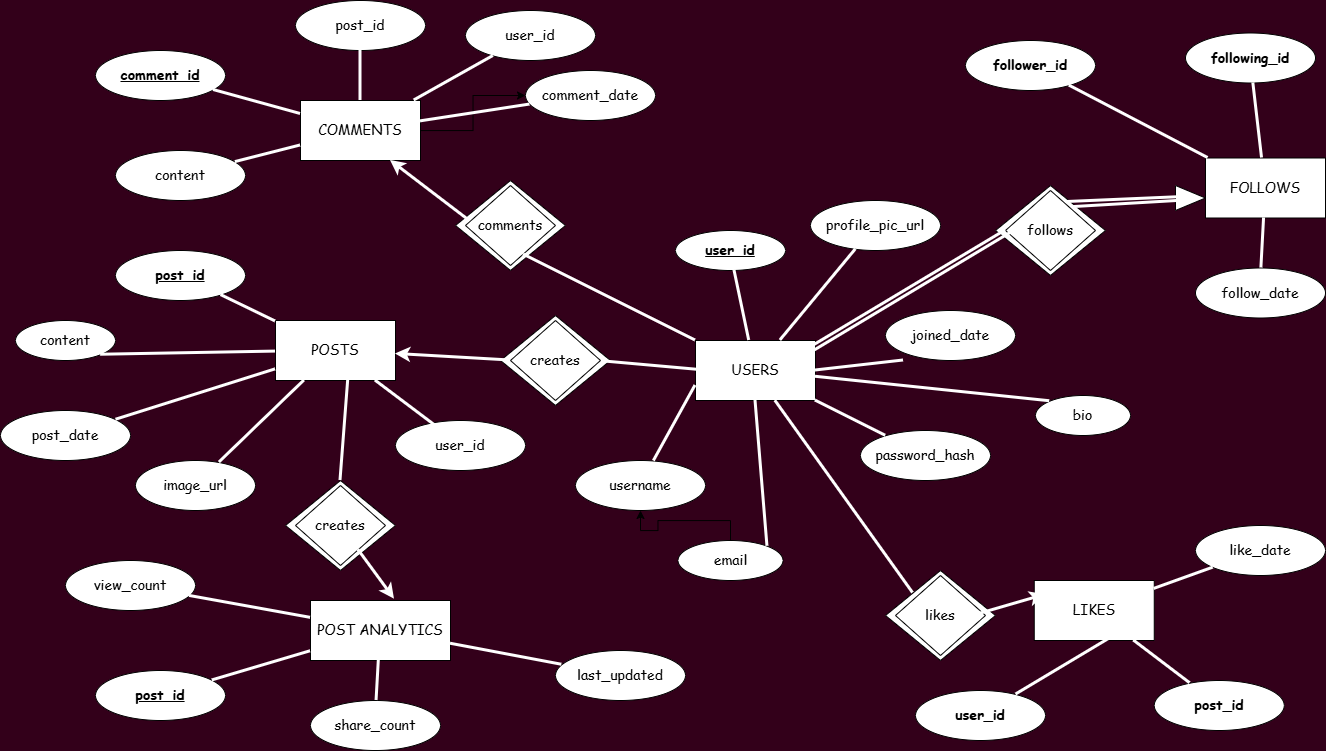
serafii/COMP3278-GP-SocialMedia-HKUgram keeps this draw.io diagram as ER_Diagram.png. Above is the earlier version. Source tidied: cells renumbered, new cells last; positions are measured from the earlier drawing's top-left corner, leaving out a move shared by most shapes.
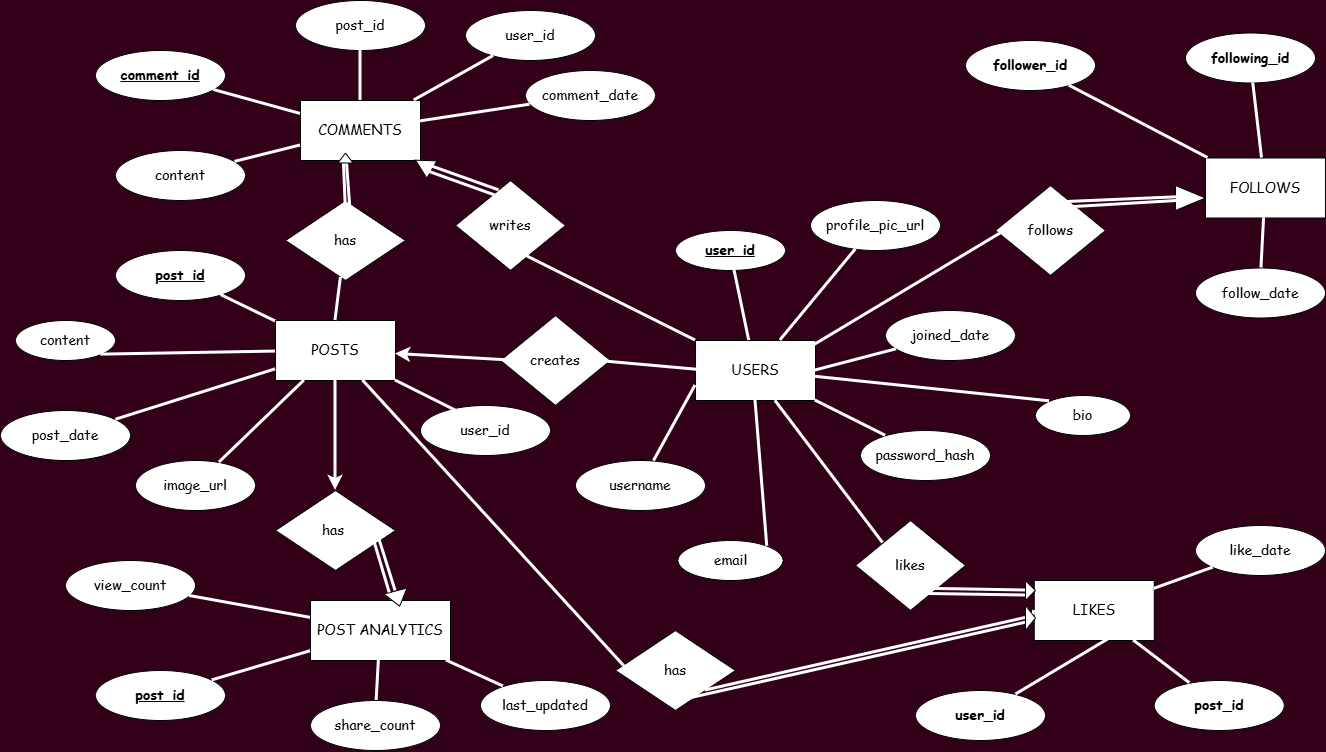
The same diagram one commit later.

Diff of the diagram source:
```diff
@@ -11,9 +11,6 @@
     <mxCell id="4" value="&lt;font face=&quot;Comic Sans MS&quot;&gt;&lt;span style=&quot;font-size: 14px;&quot;&gt;POST ANALYTICS&lt;/span&gt;&lt;/font&gt;" style="rounded=0;whiteSpace=wrap;html=1;" parent="1" vertex="1">
       <mxGeometry x="310" y="600" width="140" height="60" as="geometry" />
     </mxCell>
-    <mxCell id="5" style="edgeStyle=orthogonalEdgeStyle;rounded=0;jettySize=auto;html=1;" parent="1" edge="1" source="6" target="31">
-      <mxGeometry relative="1" as="geometry" />
-    </mxCell>
     <mxCell id="6" value="&lt;font face=&quot;Comic Sans MS&quot; style=&quot;font-size: 14px;&quot;&gt;COMMENTS&lt;/font&gt;" style="rounded=0;whiteSpace=wrap;html=1;" parent="1" vertex="1">
       <mxGeometry x="300" y="100" width="120" height="60" as="geometry" />
     </mxCell>
@@ -23,9 +20,6 @@
     <mxCell id="8" value="&lt;font face=&quot;Comic Sans MS&quot; style=&quot;font-size: 14px;&quot;&gt;POSTS&lt;/font&gt;" style="rounded=0;whiteSpace=wrap;html=1;" parent="1" vertex="1">
       <mxGeometry x="275" y="320" width="120" height="60" as="geometry" />
     </mxCell>
-    <mxCell id="9" style="edgeStyle=orthogonalEdgeStyle;rounded=0;jettySize=auto;html=1;" parent="1" edge="1" source="10" target="12">
-      <mxGeometry relative="1" as="geometry" />
-    </mxCell>
     <mxCell id="10" value="&lt;font face=&quot;Comic Sans MS&quot; style=&quot;font-size: 14px;&quot;&gt;email&lt;/font&gt;" style="ellipse;whiteSpace=wrap;html=1;" parent="1" vertex="1">
       <mxGeometry x="677.5" y="540" width="105" height="40" as="geometry" />
     </mxCell>
@@ -51,7 +45,7 @@
       <mxGeometry x="115" y="250" width="130" height="50" as="geometry" />
     </mxCell>
     <mxCell id="18" value="&lt;font face=&quot;Comic Sans MS&quot;&gt;&lt;span style=&quot;font-size: 14px;&quot;&gt;user_id&lt;/span&gt;&lt;/font&gt;" style="ellipse;whiteSpace=wrap;html=1;" parent="1" vertex="1">
-      <mxGeometry x="395" y="420" width="130" height="50" as="geometry" />
+      <mxGeometry x="420" y="405" width="130" height="50" as="geometry" />
     </mxCell>
     <mxCell id="19" value="&lt;font face=&quot;Comic Sans MS&quot; style=&quot;font-size: 14px;&quot;&gt;post_date&lt;/font&gt;" style="ellipse;whiteSpace=wrap;html=1;" parent="1" vertex="1">
       <mxGeometry y="410" width="130" height="50" as="geometry" />
@@ -75,7 +69,7 @@
       <mxGeometry x="915" y="690" width="130" height="50" as="geometry" />
     </mxCell>
     <mxCell id="26" value="&lt;font face=&quot;Comic Sans MS&quot; style=&quot;font-size: 14px;&quot;&gt;last_updated&lt;/font&gt;" style="ellipse;whiteSpace=wrap;html=1;" parent="1" vertex="1">
-      <mxGeometry x="555" y="650" width="130" height="50" as="geometry" />
+      <mxGeometry x="480" y="680" width="130" height="50" as="geometry" />
     </mxCell>
     <mxCell id="27" value="&lt;font face=&quot;Comic Sans MS&quot; style=&quot;font-size: 14px;&quot;&gt;share_count&lt;/font&gt;" style="ellipse;whiteSpace=wrap;html=1;" parent="1" vertex="1">
       <mxGeometry x="310" y="700" width="130" height="50" as="geometry" />
@@ -131,10 +125,8 @@
     <mxCell id="44" style="endArrow=none;html=1;rounded=0;strokeColor=#FFFFFF;fontSize=33;strokeWidth=3;" parent="1" edge="1" source="15" target="2">
       <mxGeometry relative="1" as="geometry" />
     </mxCell>
-    <mxCell id="45" style="endArrow=none;html=1;rounded=0;exitX=0.5;exitY=1;exitDx=0;exitDy=0;entryX=1;entryY=0.5;entryDx=0;entryDy=0;strokeColor=#FFFFFF;fontSize=33;strokeWidth=3;" parent="1" edge="1" target="2">
-      <mxGeometry relative="1" as="geometry">
-        <mxPoint x="903" y="360" as="sourcePoint" />
-      </mxGeometry>
+    <mxCell id="45" style="endArrow=none;html=1;rounded=0;entryX=1;entryY=0.5;entryDx=0;entryDy=0;strokeColor=#FFFFFF;fontSize=33;strokeWidth=3;" parent="1" edge="1" source="16" target="2">
+      <mxGeometry relative="1" as="geometry" />
     </mxCell>
     <mxCell id="46" style="endArrow=none;html=1;rounded=0;strokeColor=#FFFFFF;fontSize=33;strokeWidth=3;" parent="1" edge="1" source="31" target="6">
       <mxGeometry relative="1" as="geometry" />
@@ -196,42 +188,28 @@
     <mxCell id="65" style="endArrow=none;html=1;rounded=0;strokeColor=#FFFFFF;fontSize=33;strokeWidth=3;" parent="1" edge="1" source="3" target="36">
       <mxGeometry relative="1" as="geometry" />
     </mxCell>
-    <mxCell id="66" value="&lt;font face=&quot;Comic Sans MS&quot; style=&quot;font-size: 14px;&quot;&gt;comments&lt;/font&gt;" style="rhombus;whiteSpace=wrap;html=1;" parent="1" vertex="1">
+    <mxCell id="66" value="&lt;font face=&quot;Comic Sans MS&quot; style=&quot;font-size: 14px;&quot;&gt;writes&lt;/font&gt;" style="rhombus;whiteSpace=wrap;html=1;" parent="1" vertex="1">
       <mxGeometry x="455" y="180" width="110" height="90" as="geometry" />
     </mxCell>
-    <mxCell id="67" value="&lt;font face=&quot;Comic Sans MS&quot; style=&quot;font-size: 14px;&quot;&gt;comments&lt;/font&gt;" style="rhombus;whiteSpace=wrap;html=1;" parent="1" vertex="1">
-      <mxGeometry x="465" y="185" width="90" height="80" as="geometry" />
-    </mxCell>
-    <mxCell id="68" style="endArrow=none;html=1;rounded=0;entryX=0.645;entryY=0.863;entryDx=0;entryDy=0;strokeColor=#FFFFFF;fontSize=33;entryPerimeter=0;strokeWidth=3;" parent="1" edge="1" source="2" target="67">
-      <mxGeometry relative="1" as="geometry" />
+    <mxCell id="68" style="endArrow=none;html=1;rounded=0;entryX=0.645;entryY=0.863;entryDx=0;entryDy=0;strokeColor=#FFFFFF;fontSize=33;entryPerimeter=0;strokeWidth=3;" parent="1" edge="1" source="2">
+      <mxGeometry relative="1" as="geometry">
+        <mxPoint x="523" y="254" as="targetPoint" />
+      </mxGeometry>
     </mxCell>
-    <mxCell id="69" style="endArrow=classic;html=1;rounded=0;exitX=0.124;exitY=0.444;exitDx=0;exitDy=0;exitPerimeter=0;labelBackgroundColor=#FFFFFF;strokeWidth=3;strokeColor=light-dark(#FFFFFF,#FFFFFF);entryX=0.75;entryY=1;entryDx=0;entryDy=0;" parent="1" edge="1" source="66" target="6">
-      <mxGeometry relative="1" as="geometry" />
-    </mxCell>
-    <mxCell id="70" value="&lt;font face=&quot;Comic Sans MS&quot; style=&quot;font-size: 14px;&quot;&gt;comments&lt;/font&gt;" style="rhombus;whiteSpace=wrap;html=1;" parent="1" vertex="1">
+    <mxCell id="70" value="&lt;font face=&quot;Comic Sans MS&quot; style=&quot;font-size: 14px;&quot;&gt;creates&lt;/font&gt;" style="rhombus;whiteSpace=wrap;html=1;" parent="1" vertex="1">
       <mxGeometry x="500" y="315" width="110" height="90" as="geometry" />
     </mxCell>
-    <mxCell id="71" value="&lt;font face=&quot;Comic Sans MS&quot; style=&quot;font-size: 14px;&quot;&gt;creates&lt;/font&gt;" style="rhombus;whiteSpace=wrap;html=1;" parent="1" vertex="1">
-      <mxGeometry x="510" y="320" width="90" height="80" as="geometry" />
-    </mxCell>
-    <mxCell id="72" value="&lt;font face=&quot;Comic Sans MS&quot; style=&quot;font-size: 14px;&quot;&gt;comments&lt;/font&gt;" style="rhombus;whiteSpace=wrap;html=1;" parent="1" vertex="1">
-      <mxGeometry x="885" y="570" width="110" height="90" as="geometry" />
+    <mxCell id="72" value="&lt;font face=&quot;Comic Sans MS&quot; style=&quot;font-size: 14px;&quot;&gt;likes&lt;/font&gt;" style="rhombus;whiteSpace=wrap;html=1;" parent="1" vertex="1">
+      <mxGeometry x="855" y="520" width="110" height="90" as="geometry" />
     </mxCell>
-    <mxCell id="73" value="&lt;font face=&quot;Comic Sans MS&quot; style=&quot;font-size: 14px;&quot;&gt;likes&lt;/font&gt;" style="rhombus;whiteSpace=wrap;html=1;" parent="1" vertex="1">
-      <mxGeometry x="895" y="575" width="90" height="80" as="geometry" />
-    </mxCell>
-    <mxCell id="74" value="&lt;font face=&quot;Comic Sans MS&quot; style=&quot;font-size: 14px;&quot;&gt;comments&lt;/font&gt;" style="rhombus;whiteSpace=wrap;html=1;" parent="1" vertex="1">
+    <mxCell id="74" value="&lt;font face=&quot;Comic Sans MS&quot; style=&quot;font-size: 14px;&quot;&gt;follows&lt;/font&gt;" style="rhombus;whiteSpace=wrap;html=1;" parent="1" vertex="1">
       <mxGeometry x="995" y="185" width="110" height="90" as="geometry" />
     </mxCell>
-    <mxCell id="75" value="&lt;font face=&quot;Comic Sans MS&quot; style=&quot;font-size: 14px;&quot;&gt;follows&lt;/font&gt;" style="rhombus;whiteSpace=wrap;html=1;" parent="1" vertex="1">
-      <mxGeometry x="1005" y="190" width="90" height="80" as="geometry" />
-    </mxCell>
-    <mxCell id="76" style="endArrow=classic;html=1;rounded=0;labelBackgroundColor=#FFFFFF;strokeWidth=3;strokeColor=light-dark(#FFFFFF,#FFFFFF);exitX=0;exitY=0.5;exitDx=0;exitDy=0;" parent="1" edge="1" source="71" target="8">
-      <mxGeometry relative="1" as="geometry" />
+    <mxCell id="76" style="endArrow=classic;html=1;rounded=0;labelBackgroundColor=#FFFFFF;strokeWidth=3;strokeColor=light-dark(#FFFFFF,#FFFFFF);exitX=0;exitY=0.5;exitDx=0;exitDy=0;" parent="1" edge="1" target="8">
+      <mxGeometry relative="1" as="geometry">
+        <mxPoint x="510" y="360" as="sourcePoint" />
+      </mxGeometry>
     </mxCell>
-    <mxCell id="77" style="endArrow=classic;html=1;rounded=0;labelBackgroundColor=#FFFFFF;strokeWidth=3;strokeColor=light-dark(#FFFFFF,#FFFFFF);entryX=0.091;entryY=0.239;entryDx=0;entryDy=0;entryPerimeter=0;exitX=0.85;exitY=0.484;exitDx=0;exitDy=0;exitPerimeter=0;" parent="1" edge="1" source="72" target="7">
-      <mxGeometry relative="1" as="geometry" />
-    </mxCell>
     <mxCell id="78" style="endArrow=none;html=1;rounded=0;entryX=0.918;entryY=0.508;entryDx=0;entryDy=0;strokeColor=#FFFFFF;fontSize=33;entryPerimeter=0;strokeWidth=3;" parent="1" edge="1" target="70">
       <mxGeometry relative="1" as="geometry">
         <mxPoint x="705" y="370" as="sourcePoint" />
@@ -240,42 +218,110 @@
     <mxCell id="79" style="endArrow=none;html=1;rounded=0;entryX=0.665;entryY=1.003;entryDx=0;entryDy=0;strokeColor=#FFFFFF;fontSize=33;entryPerimeter=0;strokeWidth=3;exitX=0;exitY=0;exitDx=0;exitDy=0;" parent="1" edge="1" source="72" target="2">
       <mxGeometry relative="1" as="geometry" />
     </mxCell>
-    <mxCell id="80" style="endArrow=none;html=1;rounded=0;entryX=0.914;entryY=0.168;entryDx=0;entryDy=0;strokeColor=#FFFFFF;fontSize=33;entryPerimeter=0;strokeWidth=3;exitX=0;exitY=0.5;exitDx=0;exitDy=0;" parent="1" edge="1" source="75" target="2">
-      <mxGeometry relative="1" as="geometry" />
+    <mxCell id="80" style="endArrow=none;html=1;rounded=0;entryX=0.914;entryY=0.168;entryDx=0;entryDy=0;strokeColor=#FFFFFF;fontSize=33;entryPerimeter=0;strokeWidth=3;exitX=0;exitY=0.5;exitDx=0;exitDy=0;" parent="1" edge="1" target="2">
+      <mxGeometry relative="1" as="geometry">
+        <mxPoint x="1005" y="230" as="sourcePoint" />
+      </mxGeometry>
     </mxCell>
     <mxCell id="81" style="edgeStyle=orthogonalEdgeStyle;rounded=0;orthogonalLoop=1;jettySize=auto;html=1;exitX=0.5;exitY=1;exitDx=0;exitDy=0;" parent="1" edge="1" source="26" target="26">
       <mxGeometry relative="1" as="geometry" />
     </mxCell>
-    <mxCell id="82" value="&lt;font face=&quot;Comic Sans MS&quot; style=&quot;font-size: 14px;&quot;&gt;comments&lt;/font&gt;" style="rhombus;whiteSpace=wrap;html=1;" parent="1" vertex="1">
-      <mxGeometry x="285" y="480" width="110" height="90" as="geometry" />
+    <mxCell id="82" value="&lt;font face=&quot;Comic Sans MS&quot; style=&quot;font-size: 14px;&quot;&gt;has&amp;nbsp;&lt;/font&gt;" style="rhombus;whiteSpace=wrap;html=1;" parent="1" vertex="1">
+      <mxGeometry x="275" y="490" width="120" height="80" as="geometry" />
     </mxCell>
-    <mxCell id="83" value="&lt;font face=&quot;Comic Sans MS&quot; style=&quot;font-size: 14px;&quot;&gt;creates&lt;/font&gt;" style="rhombus;whiteSpace=wrap;html=1;" parent="1" vertex="1">
-      <mxGeometry x="295" y="485" width="90" height="80" as="geometry" />
-    </mxCell>
-    <mxCell id="84" style="endArrow=classic;html=1;rounded=0;labelBackgroundColor=#FFFFFF;strokeWidth=3;strokeColor=light-dark(#FFFFFF,#FFFFFF);entryX=0.6;entryY=-0.023;entryDx=0;entryDy=0;entryPerimeter=0;" parent="1" edge="1" source="83" target="4">
-      <mxGeometry relative="1" as="geometry" />
-    </mxCell>
-    <mxCell id="85" style="endArrow=none;html=1;rounded=0;entryX=0.5;entryY=0;entryDx=0;entryDy=0;strokeColor=#FFFFFF;fontSize=33;strokeWidth=3;exitX=0.609;exitY=0.91;exitDx=0;exitDy=0;exitPerimeter=0;" parent="1" edge="1" source="8" target="82">
-      <mxGeometry relative="1" as="geometry" />
-    </mxCell>
     <mxCell id="86" style="triangle;whiteSpace=wrap;html=1;" parent="1" vertex="1">
       <mxGeometry x="1175" y="185" width="30" height="25" as="geometry" />
     </mxCell>
-    <mxCell id="87" style="endArrow=none;html=1;rounded=0;strokeColor=#FFFFFF;fontSize=33;strokeWidth=3;entryX=0.758;entryY=0.207;entryDx=0;entryDy=0;entryPerimeter=0;" parent="1" edge="1" target="75">
+    <mxCell id="87" style="endArrow=none;html=1;rounded=0;strokeColor=#FFFFFF;fontSize=33;strokeWidth=3;entryX=0.758;entryY=0.207;entryDx=0;entryDy=0;entryPerimeter=0;" parent="1" edge="1">
       <mxGeometry relative="1" as="geometry">
         <mxPoint x="1185" y="200" as="sourcePoint" />
+        <mxPoint x="1073.2" y="206.6" as="targetPoint" />
       </mxGeometry>
     </mxCell>
-    <mxCell id="88" style="endArrow=none;html=1;rounded=0;strokeColor=#FFFFFF;fontSize=33;strokeWidth=3;entryX=0.68;entryY=0.144;entryDx=0;entryDy=0;entryPerimeter=0;" parent="1" edge="1" target="75">
+    <mxCell id="88" style="endArrow=none;html=1;rounded=0;strokeColor=#FFFFFF;fontSize=33;strokeWidth=3;entryX=0.68;entryY=0.144;entryDx=0;entryDy=0;entryPerimeter=0;" parent="1" edge="1">
       <mxGeometry relative="1" as="geometry">
         <mxPoint x="1195" y="196" as="sourcePoint" />
+        <mxPoint x="1066.2" y="201.5" as="targetPoint" />
       </mxGeometry>
     </mxCell>
-    <mxCell id="89" style="endArrow=none;html=1;rounded=0;entryX=0.914;entryY=0.168;entryDx=0;entryDy=0;strokeColor=#FFFFFF;fontSize=33;entryPerimeter=0;strokeWidth=3;exitX=0;exitY=0.5;exitDx=0;exitDy=0;" parent="1" edge="1">
-      <mxGeometry relative="1" as="geometry">
-        <mxPoint x="1010" y="232.5" as="sourcePoint" />
-        <mxPoint x="810" y="352.5" as="targetPoint" />
-      </mxGeometry>
-    </mxCell>
+    <mxCell id="90" value="&lt;font face=&quot;Comic Sans MS&quot; style=&quot;font-size: 14px;&quot;&gt;has&lt;/font&gt;" style="rhombus;whiteSpace=wrap;html=1;" parent="1" vertex="1">
+      <mxGeometry x="615" y="630" width="120" height="80" as="geometry" />
+    </mxCell>
+    <mxCell id="91" style="endArrow=none;html=1;rounded=0;strokeColor=#FFFFFF;fontSize=33;strokeWidth=3;exitX=0.143;exitY=0.561;exitDx=0;exitDy=0;exitPerimeter=0;" parent="1" edge="1" source="90" target="8">
+      <mxGeometry relative="1" as="geometry" />
+    </mxCell>
+    <mxCell id="92" value="&lt;font face=&quot;Comic Sans MS&quot; style=&quot;font-size: 14px;&quot;&gt;has&lt;/font&gt;" style="rhombus;whiteSpace=wrap;html=1;" parent="1" vertex="1">
+      <mxGeometry x="285" y="200" width="120" height="80" as="geometry" />
+    </mxCell>
+    <mxCell id="93" style="endArrow=none;html=1;rounded=0;strokeColor=#FFFFFF;fontSize=33;strokeWidth=3;entryX=0.5;entryY=0;entryDx=0;entryDy=0;" parent="1" edge="1" source="92" target="8">
+      <mxGeometry relative="1" as="geometry" />
+    </mxCell>
+    <mxCell id="94" style="endArrow=classic;html=1;rounded=0;labelBackgroundColor=#FFFFFF;strokeWidth=3;strokeColor=light-dark(#FFFFFF,#FFFFFF);exitX=0.539;exitY=0.213;exitDx=0;exitDy=0;exitPerimeter=0;" parent="1" edge="1" source="104" target="6">
+      <mxGeometry relative="1" as="geometry" />
+    </mxCell>
+    <mxCell id="85" style="endArrow=classic;html=1;rounded=0;labelBackgroundColor=#FFFFFF;strokeWidth=3;strokeColor=light-dark(#FFFFFF,#FFFFFF);entryX=0.5;entryY=0;entryDx=0;entryDy=0;exitX=0.5;exitY=1;exitDx=0;exitDy=0;" parent="1" edge="1" source="8" target="82">
+      <mxGeometry relative="1" as="geometry" />
+    </mxCell>
+    <mxCell id="95" style="endArrow=none;html=1;rounded=0;strokeColor=#FFFFFF;fontSize=33;strokeWidth=3;entryX=0.592;entryY=0.858;entryDx=0;entryDy=0;entryPerimeter=0;exitX=0.256;exitY=0.667;exitDx=0;exitDy=0;exitPerimeter=0;" parent="1" edge="1" source="98" target="90">
+      <mxGeometry relative="1" as="geometry" />
+    </mxCell>
+    <mxCell id="96" style="endArrow=none;html=1;rounded=0;strokeColor=#FFFFFF;fontSize=33;strokeWidth=3;entryX=1;entryY=1;entryDx=0;entryDy=0;exitX=0;exitY=0.5;exitDx=0;exitDy=0;" parent="1" edge="1" source="98" target="90">
+      <mxGeometry relative="1" as="geometry" />
+    </mxCell>
+    <mxCell id="97" style="endArrow=none;html=1;rounded=0;strokeColor=#FFFFFF;fontSize=33;strokeWidth=3;entryX=1;entryY=1;entryDx=0;entryDy=0;exitX=0;exitY=0.5;exitDx=0;exitDy=0;" parent="1" edge="1" source="7" target="98">
+      <mxGeometry relative="1" as="geometry" />
+    </mxCell>
+    <mxCell id="98" style="triangle;whiteSpace=wrap;html=1;" parent="1" vertex="1">
+      <mxGeometry x="1025" y="605" width="10" height="25" as="geometry" />
+    </mxCell>
+    <mxCell id="99" style="triangle;whiteSpace=wrap;html=1;" parent="1" vertex="1">
+      <mxGeometry x="1025" y="580" width="10" height="20" as="geometry" />
+    </mxCell>
+    <mxCell id="100" style="endArrow=none;html=1;rounded=0;strokeColor=#FFFFFF;fontSize=33;strokeWidth=3;entryX=0.758;entryY=0.207;entryDx=0;entryDy=0;entryPerimeter=0;exitX=0;exitY=0.75;exitDx=0;exitDy=0;" parent="1" edge="1" source="99">
+      <mxGeometry relative="1" as="geometry">
+        <mxPoint x="915" y="593.3" as="targetPoint" />
+      </mxGeometry>
+    </mxCell>
+    <mxCell id="101" style="endArrow=none;html=1;rounded=0;strokeColor=#FFFFFF;fontSize=33;strokeWidth=3;entryX=0.68;entryY=0.144;entryDx=0;entryDy=0;entryPerimeter=0;exitX=0;exitY=0.5;exitDx=0;exitDy=0;" parent="1" edge="1" source="99">
+      <mxGeometry relative="1" as="geometry">
+        <mxPoint x="925" y="588.3" as="targetPoint" />
+      </mxGeometry>
+    </mxCell>
+    <mxCell id="102" style="endArrow=none;html=1;rounded=0;strokeColor=#FFFFFF;fontSize=33;strokeWidth=3;exitX=1.417;exitY=0.531;exitDx=0;exitDy=0;exitPerimeter=0;" parent="1" edge="1" source="104">
+      <mxGeometry relative="1" as="geometry">
+        <mxPoint x="350" y="210" as="targetPoint" />
+      </mxGeometry>
+    </mxCell>
+    <mxCell id="103" style="endArrow=none;html=1;rounded=0;strokeColor=#FFFFFF;fontSize=33;strokeWidth=3;exitX=0.218;exitY=0.388;exitDx=0;exitDy=0;exitPerimeter=0;" parent="1" edge="1" source="104" target="92">
+      <mxGeometry relative="1" as="geometry">
+        <Array as="points">
+          <mxPoint x="345" y="200" />
+          <mxPoint x="345" y="210" />
+        </Array>
+      </mxGeometry>
+    </mxCell>
+    <mxCell id="104" style="triangle;whiteSpace=wrap;html=1;rotation=-90;" parent="1" vertex="1">
+      <mxGeometry x="340" y="150" width="10" height="15" as="geometry" />
+    </mxCell>
+    <mxCell id="105" style="triangle;whiteSpace=wrap;html=1;rotation=-150;" parent="1" vertex="1">
+      <mxGeometry x="413.8" y="154.4" width="18.8" height="20" as="geometry" />
+    </mxCell>
+    <mxCell id="106" style="endArrow=none;html=1;rounded=0;strokeColor=#FFFFFF;fontSize=33;strokeWidth=3;exitX=0.36;exitY=0.166;exitDx=0;exitDy=0;exitPerimeter=0;" parent="1" edge="1" source="66">
+      <mxGeometry relative="1" as="geometry">
+        <mxPoint x="425" y="170" as="targetPoint" />
+      </mxGeometry>
+    </mxCell>
+    <mxCell id="107" style="endArrow=none;html=1;rounded=0;strokeColor=#FFFFFF;fontSize=33;strokeWidth=3;entryX=0.328;entryY=0.594;entryDx=0;entryDy=0;entryPerimeter=0;exitX=0.397;exitY=0.11;exitDx=0;exitDy=0;exitPerimeter=0;" parent="1" edge="1" source="66" target="105">
+      <mxGeometry relative="1" as="geometry" />
+    </mxCell>
+    <mxCell id="108" style="endArrow=none;html=1;rounded=0;strokeColor=#FFFFFF;fontSize=33;strokeWidth=3;entryX=0;entryY=0.5;entryDx=0;entryDy=0;exitX=0.86;exitY=0.583;exitDx=0;exitDy=0;exitPerimeter=0;" parent="1" edge="1" source="82" target="110">
+      <mxGeometry relative="1" as="geometry" />
+    </mxCell>
+    <mxCell id="109" style="endArrow=none;html=1;rounded=0;strokeColor=#FFFFFF;fontSize=33;strokeWidth=3;entryX=0.5;entryY=1;entryDx=0;entryDy=0;exitX=0.824;exitY=0.636;exitDx=0;exitDy=0;exitPerimeter=0;" parent="1" edge="1" source="82" target="110">
+      <mxGeometry relative="1" as="geometry" />
+    </mxCell>
+    <mxCell id="110" style="triangle;whiteSpace=wrap;html=1;rotation=75;" parent="1" vertex="1">
+      <mxGeometry x="389.3" y="586.3" width="15.7" height="23.7" as="geometry" />
+    </mxCell>
   </root>
 </mxGraphModel>
```
